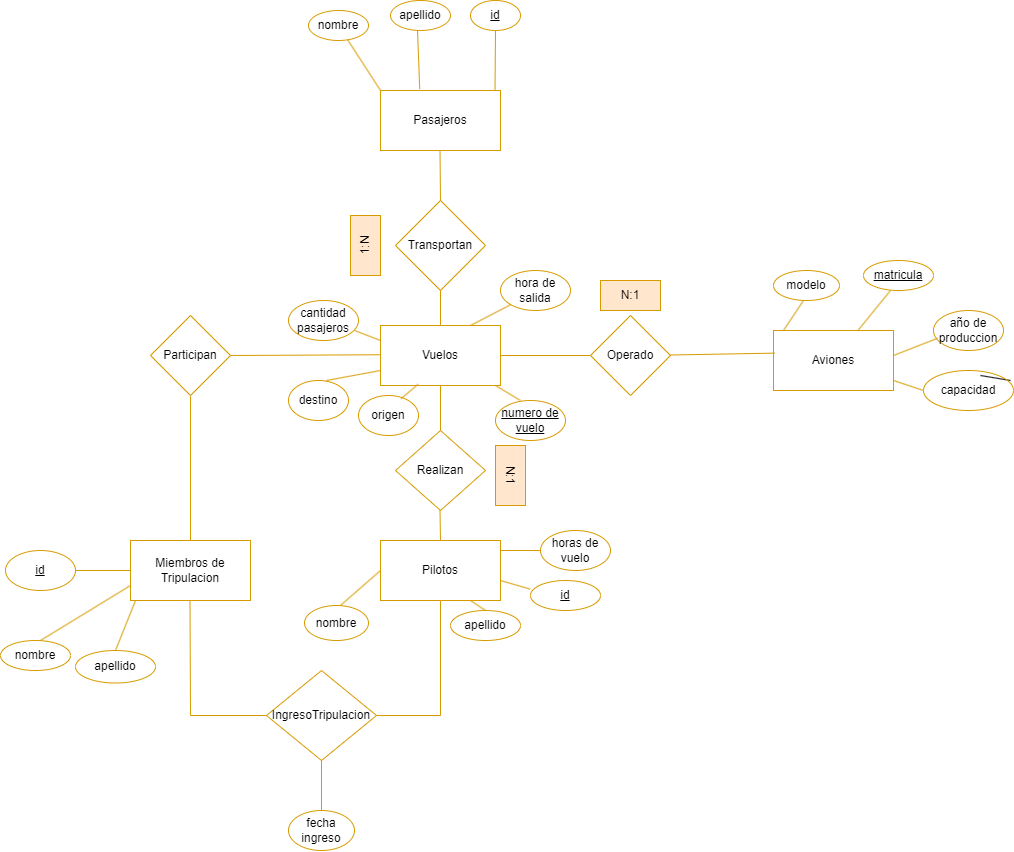
Earlier version of the draw.io export Diseño conceptual .drawio.png (NoeAvalos/Base-de-datos-Compa-ia-aerea). Source tidied: cells renumbered, new cells last; positions are measured from the earlier drawing's top-left corner, leaving out a move shared by most shapes.
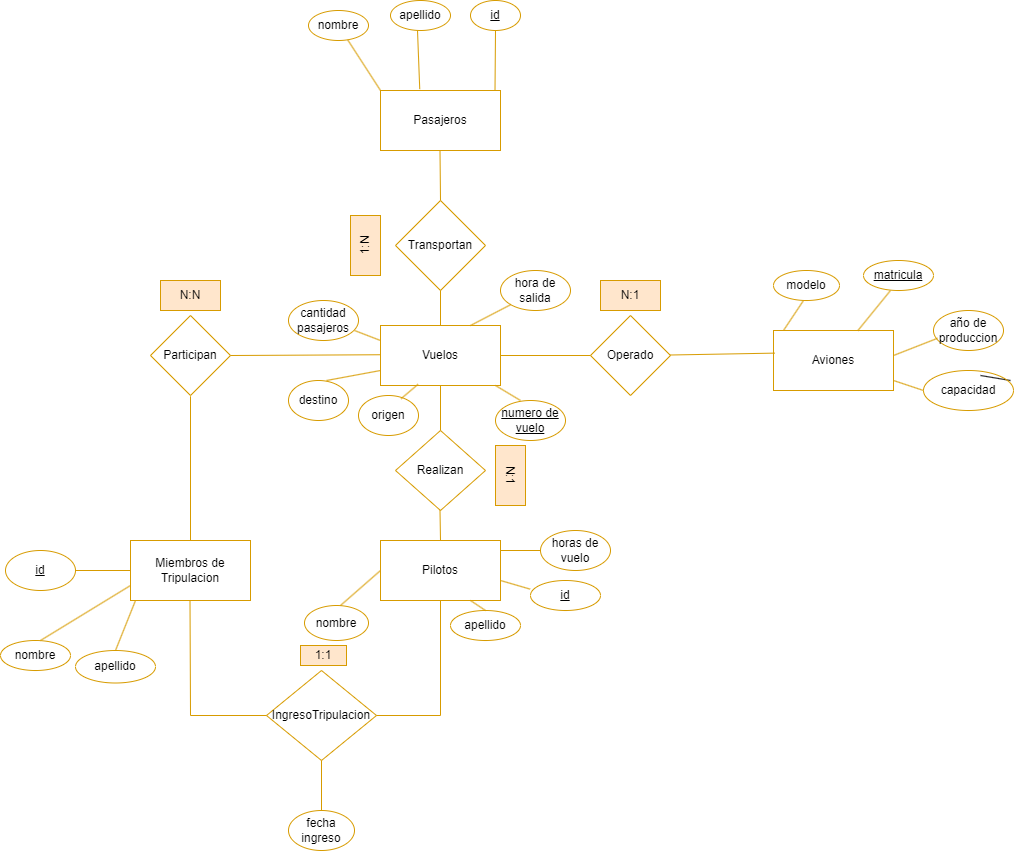
After the commit.

What changed in the source:
```diff
@@ -254,5 +254,11 @@
     <mxCell id="65" value="N:1" style="text;html=1;strokeColor=#d79b00;fillColor=#ffe6cc;align=center;verticalAlign=middle;whiteSpace=wrap;rounded=0;rotation=90;" parent="1" vertex="1">
       <mxGeometry x="480" y="460" width="60" height="30" as="geometry" />
     </mxCell>
+    <mxCell id="66" value="N:N" style="text;html=1;strokeColor=#d79b00;fillColor=#ffe6cc;align=center;verticalAlign=middle;whiteSpace=wrap;rounded=0;" parent="1" vertex="1">
+      <mxGeometry x="160" y="280" width="60" height="30" as="geometry" />
+    </mxCell>
+    <mxCell id="67" value="1:1" style="text;html=1;strokeColor=#d79b00;fillColor=#ffe6cc;align=center;verticalAlign=middle;whiteSpace=wrap;rounded=0;" parent="1" vertex="1">
+      <mxGeometry x="300" y="645" width="46" height="20" as="geometry" />
+    </mxCell>
   </root>
 </mxGraphModel>
```
